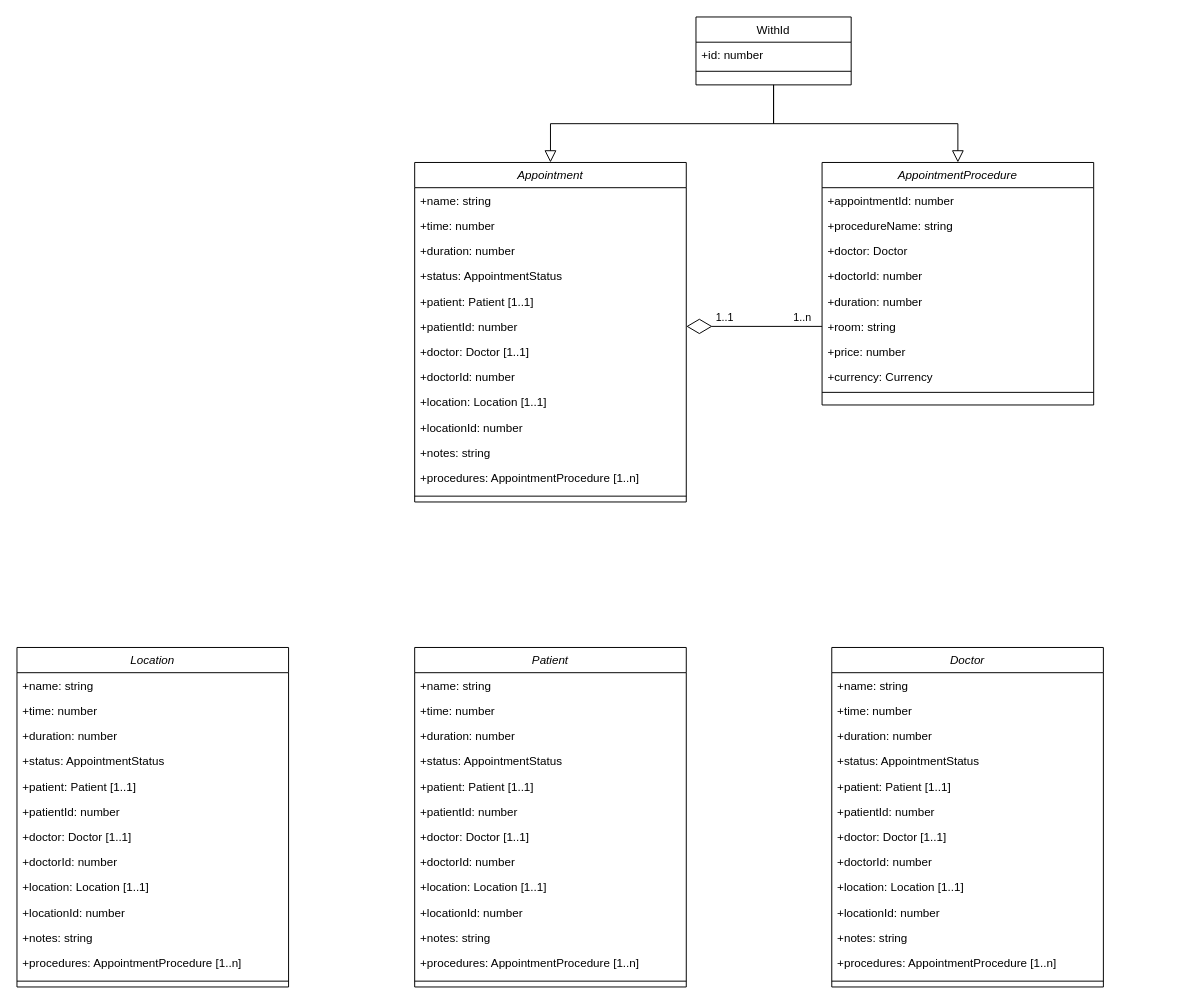
Before: Untitled Diagram.drawio in arturyumaev/Bachelor-Diploma-Docs, a draw.io diagram. Source tidied: cells renumbered, new cells numbered last; positions are measured from the earlier drawing's top-left corner, leaving out a move shared by most shapes. Both pictures are drawn from the tidied source at 97%, with x=0, y=0 at pixel (16, 16).
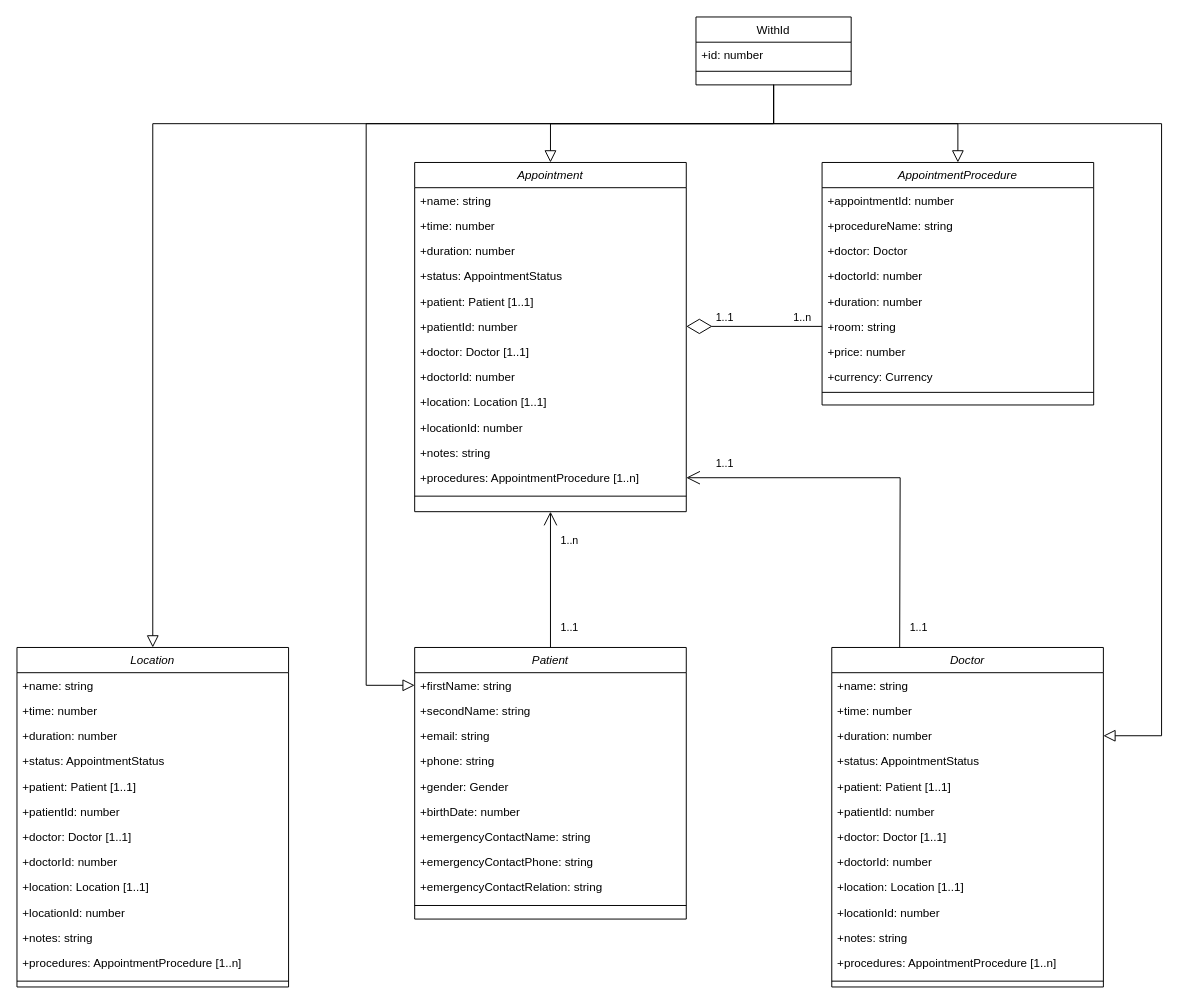
Above is the later version.

Unchanged cells that the change refers to:
```xml
<mxCell id="14" value="+procedures: AppointmentProcedure [1..n]" style="text;align=left;verticalAlign=top;spacingLeft=4;spacingRight=4;overflow=hidden;points=[[0,0.5],[1,0.5]];portConstraint=eastwest;rounded=0;shadow=0;html=0;" parent="2" vertex="1">
  <mxGeometry y="312" width="280" height="26" as="geometry" />
</mxCell>
<mxCell id="16" value="WithId" style="swimlane;fontStyle=0;align=center;verticalAlign=top;horizontal=1;startSize=26;rounded=0;shadow=0;strokeWidth=1;" parent="1" vertex="1">
  <mxGeometry x="700" width="160" height="70" as="geometry" />
</mxCell>
<mxCell id="51" value="+duration: number" style="text;align=left;verticalAlign=top;spacingLeft=4;spacingRight=4;overflow=hidden;points=[[0,0.5],[1,0.5]];portConstraint=eastwest;rounded=0;shadow=0;html=0;" parent="48" vertex="1">
  <mxGeometry y="78" width="280" height="26" as="geometry" />
</mxCell>
<mxCell id="62" value="Location" style="swimlane;fontStyle=2;align=center;verticalAlign=top;horizontal=1;startSize=26;rounded=0;shadow=0;strokeWidth=1;" parent="1" vertex="1">
  <mxGeometry y="650" width="280" height="350" as="geometry" />
</mxCell>
```

What changed in the source:
```diff
@@
     <mxCell id="2" value="Appointment" style="swimlane;fontStyle=2;align=center;verticalAlign=top;horizontal=1;startSize=26;rounded=0;shadow=0;strokeWidth=1;" parent="1" vertex="1">
-      <mxGeometry x="410" y="150" width="280" height="350" as="geometry" />
+      <mxGeometry x="410" y="150" width="280" height="360" as="geometry" />
     </mxCell>
@@
     <mxCell id="34" value="Patient" style="swimlane;fontStyle=2;align=center;verticalAlign=top;horizontal=1;startSize=26;rounded=0;shadow=0;strokeWidth=1;" parent="1" vertex="1">
-      <mxGeometry x="410" y="650" width="280" height="350" as="geometry" />
+      <mxGeometry x="410" y="650" width="280" height="280" as="geometry" />
     </mxCell>
-    <mxCell id="35" value="+name: string" style="text;align=left;verticalAlign=top;spacingLeft=4;spacingRight=4;overflow=hidden;points=[[0,0.5],[1,0.5]];portConstraint=eastwest;" parent="34" vertex="1">
+    <mxCell id="35" value="+firstName: string" style="text;align=left;verticalAlign=top;spacingLeft=4;spacingRight=4;overflow=hidden;points=[[0,0.5],[1,0.5]];portConstraint=eastwest;" parent="34" vertex="1">
       <mxGeometry y="26" width="280" height="26" as="geometry" />
     </mxCell>
+    <mxCell id="76" value="+secondName: string" style="text;align=left;verticalAlign=top;spacingLeft=4;spacingRight=4;overflow=hidden;" parent="34" vertex="1">
+      <mxGeometry y="52" width="280" height="26" as="geometry" />
+    </mxCell>
+    <mxCell id="77" value="+email: string" style="text;align=left;verticalAlign=top;spacingLeft=4;spacingRight=4;overflow=hidden;" parent="34" vertex="1">
+      <mxGeometry y="78" width="280" height="26" as="geometry" />
+    </mxCell>
-    <mxCell id="36" value="+time: number" style="text;align=left;verticalAlign=top;spacingLeft=4;spacingRight=4;overflow=hidden;rounded=0;shadow=0;html=0;" parent="34" vertex="1">
-      <mxGeometry y="52" width="280" height="26" as="geometry" />
+    <mxCell id="36" value="+phone: string" style="text;align=left;verticalAlign=top;spacingLeft=4;spacingRight=4;overflow=hidden;rounded=0;shadow=0;html=0;" parent="34" vertex="1">
+      <mxGeometry y="104" width="280" height="26" as="geometry" />
     </mxCell>
-    <mxCell id="37" value="+duration: number" style="text;align=left;verticalAlign=top;spacingLeft=4;spacingRight=4;overflow=hidden;rounded=0;shadow=0;html=0;" parent="34" vertex="1">
-      <mxGeometry y="78" width="280" height="26" as="geometry" />
+    <mxCell id="37" value="+gender: Gender" style="text;align=left;verticalAlign=top;spacingLeft=4;spacingRight=4;overflow=hidden;rounded=0;shadow=0;html=0;" parent="34" vertex="1">
+      <mxGeometry y="130" width="280" height="26" as="geometry" />
     </mxCell>
-    <mxCell id="38" value="+status: AppointmentStatus" style="text;align=left;verticalAlign=top;spacingLeft=4;spacingRight=4;overflow=hidden;rounded=0;shadow=0;html=0;" parent="34" vertex="1">
-      <mxGeometry y="104" width="280" height="26" as="geometry" />
+    <mxCell id="38" value="+birthDate: number" style="text;align=left;verticalAlign=top;spacingLeft=4;spacingRight=4;overflow=hidden;rounded=0;shadow=0;html=0;" parent="34" vertex="1">
+      <mxGeometry y="156" width="280" height="26" as="geometry" />
     </mxCell>
-    <mxCell id="39" value="+patient: Patient [1..1]" style="text;align=left;verticalAlign=top;spacingLeft=4;spacingRight=4;overflow=hidden;rounded=0;shadow=0;html=0;" parent="34" vertex="1">
-      <mxGeometry y="130" width="280" height="26" as="geometry" />
+    <mxCell id="39" value="+emergencyContactName: string" style="text;align=left;verticalAlign=top;spacingLeft=4;spacingRight=4;overflow=hidden;rounded=0;shadow=0;html=0;" parent="34" vertex="1">
+      <mxGeometry y="182" width="280" height="26" as="geometry" />
     </mxCell>
-    <mxCell id="40" value="+patientId: number" style="text;align=left;verticalAlign=top;spacingLeft=4;spacingRight=4;overflow=hidden;rounded=0;shadow=0;html=0;" parent="34" vertex="1">
-      <mxGeometry y="156" width="280" height="26" as="geometry" />
+    <mxCell id="40" value="+emergencyContactPhone: string" style="text;align=left;verticalAlign=top;spacingLeft=4;spacingRight=4;overflow=hidden;rounded=0;shadow=0;html=0;" parent="34" vertex="1">
+      <mxGeometry y="208" width="280" height="26" as="geometry" />
     </mxCell>
-    <mxCell id="41" value="+doctor: Doctor [1..1]" style="text;align=left;verticalAlign=top;spacingLeft=4;spacingRight=4;overflow=hidden;rounded=0;shadow=0;html=0;" parent="34" vertex="1">
-      <mxGeometry y="182" width="280" height="26" as="geometry" />
+    <mxCell id="41" value="+emergencyContactRelation: string" style="text;align=left;verticalAlign=top;spacingLeft=4;spacingRight=4;overflow=hidden;rounded=0;shadow=0;html=0;" parent="34" vertex="1">
+      <mxGeometry y="234" width="280" height="26" as="geometry" />
     </mxCell>
-    <mxCell id="42" value="+doctorId: number" style="text;align=left;verticalAlign=top;spacingLeft=4;spacingRight=4;overflow=hidden;rounded=0;shadow=0;html=0;" parent="34" vertex="1">
-      <mxGeometry y="208" width="280" height="26" as="geometry" />
-    </mxCell>
-    <mxCell id="43" value="+location: Location [1..1]" style="text;align=left;verticalAlign=top;spacingLeft=4;spacingRight=4;overflow=hidden;rounded=0;shadow=0;html=0;" parent="34" vertex="1">
-      <mxGeometry y="234" width="280" height="26" as="geometry" />
-    </mxCell>
-    <mxCell id="44" value="+locationId: number" style="text;align=left;verticalAlign=top;spacingLeft=4;spacingRight=4;overflow=hidden;rounded=0;shadow=0;html=0;" parent="34" vertex="1">
-      <mxGeometry y="260" width="280" height="26" as="geometry" />
-    </mxCell>
-    <mxCell id="45" value="+notes: string" style="text;align=left;verticalAlign=top;spacingLeft=4;spacingRight=4;overflow=hidden;rounded=0;shadow=0;html=0;" parent="34" vertex="1">
-      <mxGeometry y="286" width="280" height="26" as="geometry" />
-    </mxCell>
-    <mxCell id="46" value="+procedures: AppointmentProcedure [1..n]" style="text;align=left;verticalAlign=top;spacingLeft=4;spacingRight=4;overflow=hidden;rounded=0;shadow=0;html=0;" parent="34" vertex="1">
-      <mxGeometry y="312" width="280" height="26" as="geometry" />
-    </mxCell>
     <mxCell id="47" style="line;html=1;strokeWidth=1;align=left;verticalAlign=middle;spacingTop=-1;spacingLeft=3;spacingRight=3;labelPosition=right;" parent="34" vertex="1">
-      <mxGeometry y="338" width="280" height="12" as="geometry" />
+      <mxGeometry y="260" width="280" height="12" as="geometry" />
     </mxCell>
@@
+    <mxCell id="78" style="endArrow=block;endSize=10;endFill=0;shadow=0;strokeWidth=1;rounded=0;edgeStyle=elbowEdgeStyle;elbow=vertical;exitX=0.5;exitY=1;exitDx=0;exitDy=0;entryX=0.5;entryY=0;entryDx=0;entryDy=0;" parent="1" edge="1" source="16" target="62">
+      <mxGeometry relative="1" as="geometry">
+        <Array as="points">
+          <mxPoint x="460" y="110" />
+        </Array>
+      </mxGeometry>
+    </mxCell>
+    <mxCell id="79" style="endArrow=block;endSize=10;endFill=0;shadow=0;strokeWidth=1;rounded=0;edgeStyle=orthogonalEdgeStyle;elbow=vertical;exitX=0.5;exitY=1;exitDx=0;exitDy=0;entryX=0;entryY=0.5;entryDx=0;entryDy=0;" parent="1" edge="1" source="16" target="35">
+      <mxGeometry relative="1" as="geometry">
+        <Array as="points">
+          <mxPoint x="780" y="110" />
+          <mxPoint x="360" y="110" />
+          <mxPoint x="360" y="689" />
+        </Array>
+      </mxGeometry>
+    </mxCell>
+    <mxCell id="80" style="endArrow=block;endSize=10;endFill=0;shadow=0;strokeWidth=1;rounded=0;edgeStyle=orthogonalEdgeStyle;elbow=vertical;exitX=0.5;exitY=1;exitDx=0;exitDy=0;entryX=1;entryY=0.5;entryDx=0;entryDy=0;" parent="1" edge="1" source="16" target="51">
+      <mxGeometry relative="1" as="geometry">
+        <Array as="points">
+          <mxPoint x="780" y="110" />
+          <mxPoint x="1180" y="110" />
+          <mxPoint x="1180" y="741" />
+        </Array>
+      </mxGeometry>
+    </mxCell>
+    <mxCell id="81" style="endArrow=open;endFill=1;endSize=12;html=1;strokeColor=#000000;strokeWidth=1;fontSize=11;entryX=0.5;entryY=1;entryDx=0;entryDy=0;exitX=0.5;exitY=0;exitDx=0;exitDy=0;" parent="1" edge="1" source="34" target="2">
+      <mxGeometry relative="1" as="geometry" />
+    </mxCell>
+    <mxCell id="82" value="1..1" style="text;html=1;strokeColor=none;fillColor=none;align=center;verticalAlign=middle;whiteSpace=wrap;rounded=0;fontSize=11;" parent="1" vertex="1">
+      <mxGeometry x="550" y="620" width="40" height="20" as="geometry" />
+    </mxCell>
+    <mxCell id="83" value="1..n" style="text;html=1;strokeColor=none;fillColor=none;align=center;verticalAlign=middle;whiteSpace=wrap;rounded=0;fontSize=11;" parent="1" vertex="1">
+      <mxGeometry x="550" y="530" width="40" height="20" as="geometry" />
+    </mxCell>
+    <mxCell id="84" style="endArrow=open;endFill=1;endSize=12;html=1;strokeColor=#000000;strokeWidth=1;fontSize=11;entryX=1;entryY=0.5;entryDx=0;entryDy=0;edgeStyle=orthogonalEdgeStyle;rounded=0;" parent="1" edge="1" target="14">
+      <mxGeometry relative="1" as="geometry">
+        <mxPoint x="910" y="650" as="sourcePoint" />
+      </mxGeometry>
+    </mxCell>
+    <mxCell id="85" value="1..1" style="text;html=1;strokeColor=none;fillColor=none;align=center;verticalAlign=middle;whiteSpace=wrap;rounded=0;fontSize=11;" parent="1" vertex="1">
+      <mxGeometry x="710" y="450" width="40" height="20" as="geometry" />
+    </mxCell>
+    <mxCell id="86" value="1..1" style="text;html=1;strokeColor=none;fillColor=none;align=center;verticalAlign=middle;whiteSpace=wrap;rounded=0;fontSize=11;" parent="1" vertex="1">
+      <mxGeometry x="910" y="620" width="40" height="20" as="geometry" />
+    </mxCell>
```
